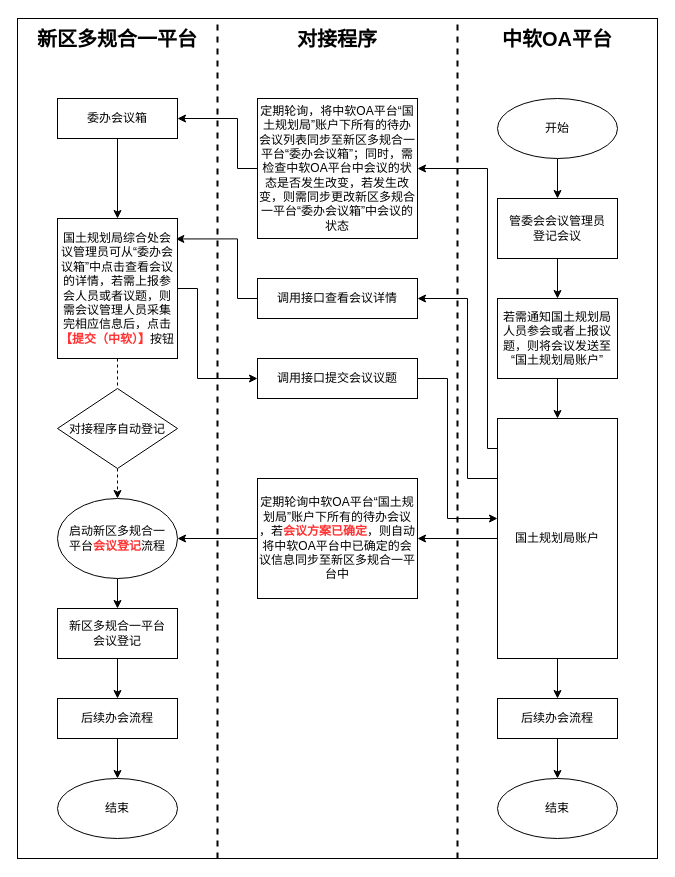
Earlier version of the draw.io diagram page "会议模块" (4 of 4) of 中软对接.drawio (806100963/draw.io). Source tidied: cells renumbered, new cells numbered last; positions are measured from the earlier drawing's top-left corner, leaving out a move shared by most shapes. Both pictures are drawn from the tidied source at 100%, with x=0, y=0 at pixel (17, 18).
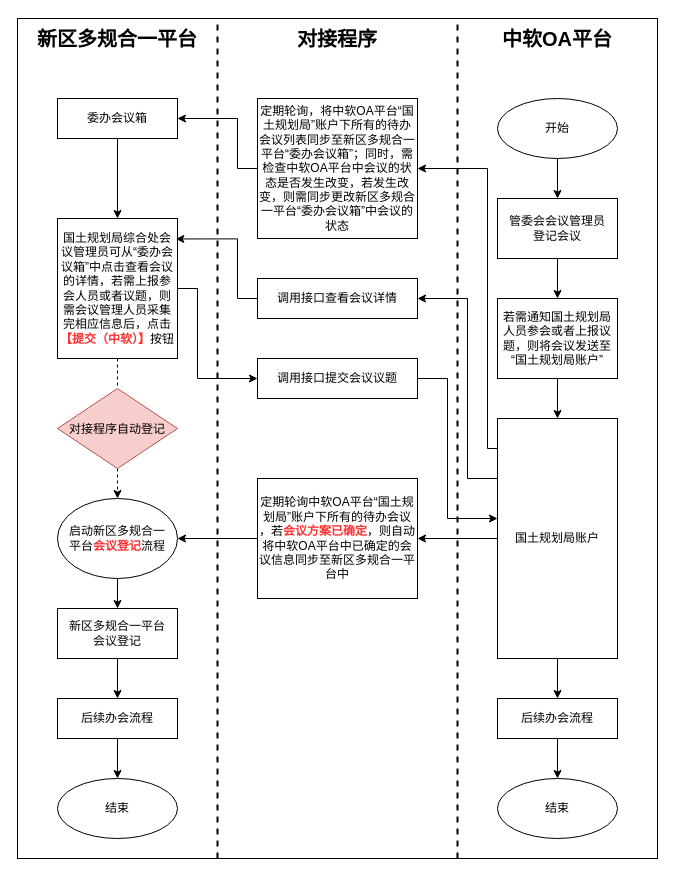
After the change.

What changed in the source:
```diff
@@
-    <mxCell id="38" value="&lt;p&gt;&lt;/p&gt;&lt;div style=&quot;text-align: justify ; line-height: 100% ; font-size: 12px&quot;&gt;对接程序自动登记&lt;/div&gt;&lt;p&gt;&lt;/p&gt;" style="rhombus;whiteSpace=wrap;html=1;fontSize=20;align=center;spacing=0;" parent="1" vertex="1">
+    <mxCell id="38" value="&lt;p&gt;&lt;/p&gt;&lt;div style=&quot;text-align: justify ; line-height: 100% ; font-size: 12px&quot;&gt;对接程序自动登记&lt;/div&gt;&lt;p&gt;&lt;/p&gt;" style="rhombus;whiteSpace=wrap;html=1;fontSize=20;align=center;spacing=0;fillColor=#f8cecc;strokeColor=#b85450;" parent="1" vertex="1">
       <mxGeometry x="40" y="370" width="120" height="80" as="geometry" />
     </mxCell>
```
